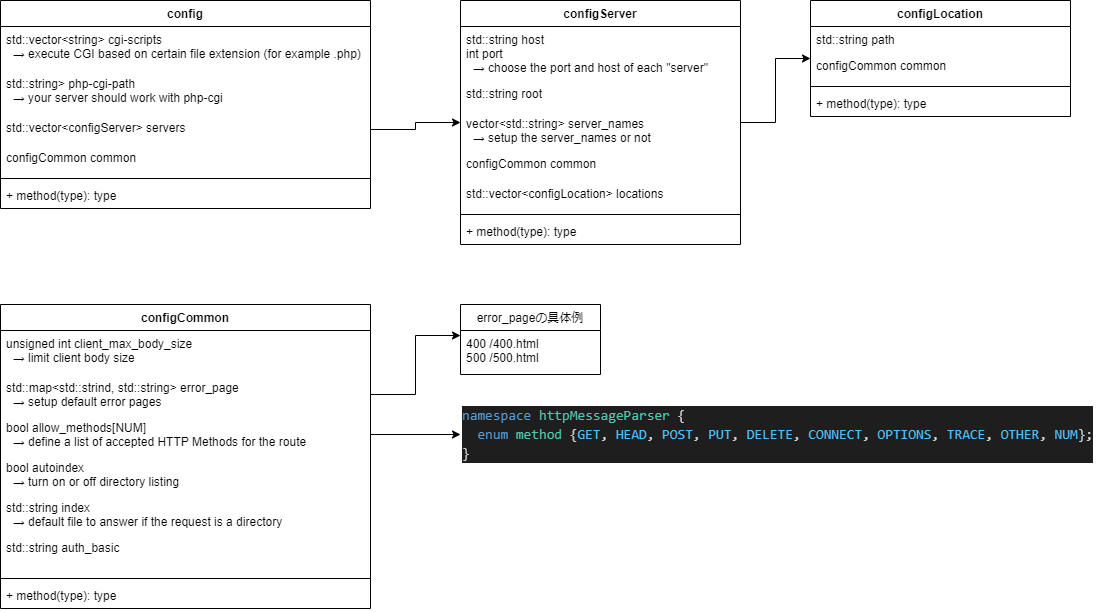
Above: drawio/config.dio.png in hiroin/webserv (draw.io), before the change. Source tidied: cells renumbered, new cells last; positions are measured from the earlier drawing's top-left corner, leaving out a move shared by most shapes. The source it was exported from:
```xml
<mxGraphModel>
  <root>
    <mxCell id="0" />
    <mxCell id="1" parent="0" />
    <mxCell id="2" value="config" style="swimlane;fontStyle=1;align=center;verticalAlign=top;horizontal=1;startSize=26;" parent="1" vertex="1">
      <mxGeometry width="370" height="208" as="geometry" />
    </mxCell>
    <mxCell id="3" value="std::vector&lt;string&gt; cgi-scripts&#10;  → execute CGI based on certain file extension (for example .php)" style="text;strokeColor=none;fillColor=none;align=left;verticalAlign=top;spacingLeft=4;spacingRight=4;overflow=hidden;" parent="2" vertex="1">
      <mxGeometry y="26" width="370" height="44" as="geometry" />
    </mxCell>
    <mxCell id="4" value="std::string&gt; php-cgi-path&#10;  → your server should work with php-cgi" style="text;strokeColor=none;fillColor=none;align=left;verticalAlign=top;spacingLeft=4;spacingRight=4;overflow=hidden;" parent="2" vertex="1">
      <mxGeometry y="70" width="370" height="44" as="geometry" />
    </mxCell>
    <mxCell id="5" value="std::vector&lt;configServer&gt; servers" style="text;strokeColor=none;fillColor=none;align=left;verticalAlign=top;spacingLeft=4;spacingRight=4;overflow=hidden;points=[[0,0.5],[1,0.5]];portConstraint=eastwest;" parent="2" vertex="1">
      <mxGeometry y="114" width="370" height="30" as="geometry" />
    </mxCell>
    <mxCell id="6" value="configCommon common" style="text;strokeColor=none;fillColor=none;align=left;verticalAlign=top;spacingLeft=4;spacingRight=4;overflow=hidden;" parent="2" vertex="1">
      <mxGeometry y="144" width="370" height="30" as="geometry" />
    </mxCell>
    <mxCell id="7" style="line;strokeWidth=1;fillColor=none;align=left;verticalAlign=middle;spacingTop=-1;spacingLeft=3;spacingRight=3;labelPosition=right;" parent="2" vertex="1">
      <mxGeometry y="174" width="370" height="8" as="geometry" />
    </mxCell>
    <mxCell id="8" value="+ method(type): type" style="text;strokeColor=none;fillColor=none;align=left;verticalAlign=top;spacingLeft=4;spacingRight=4;overflow=hidden;" parent="2" vertex="1">
      <mxGeometry y="182" width="370" height="26" as="geometry" />
    </mxCell>
    <mxCell id="9" value="error_pageの具体例" style="swimlane;fontStyle=0;horizontal=1;startSize=26;fillColor=none;" parent="1" vertex="1">
      <mxGeometry x="460" y="304" width="140" height="70" as="geometry" />
    </mxCell>
    <mxCell id="10" value="400 /400.html&#10;500 /500.html" style="text;strokeColor=none;fillColor=none;align=left;verticalAlign=top;spacingLeft=4;spacingRight=4;overflow=hidden;points=[[0,0.5],[1,0.5]];portConstraint=eastwest;" parent="9" vertex="1">
      <mxGeometry y="26" width="140" height="44" as="geometry" />
    </mxCell>
    <mxCell id="11" value="configServer" style="swimlane;fontStyle=1;align=center;verticalAlign=top;horizontal=1;startSize=26;" parent="1" vertex="1">
      <mxGeometry x="460" width="280" height="244" as="geometry" />
    </mxCell>
    <mxCell id="12" value="std::string host&#10;int port&#10;  → choose the port and host of each &quot;server&quot;" style="text;strokeColor=none;fillColor=none;align=left;verticalAlign=top;spacingLeft=4;spacingRight=4;overflow=hidden;" parent="11" vertex="1">
      <mxGeometry y="26" width="280" height="54" as="geometry" />
    </mxCell>
    <mxCell id="13" value="std::string root&#10;" style="text;strokeColor=none;fillColor=none;align=left;verticalAlign=top;spacingLeft=4;spacingRight=4;overflow=hidden;" parent="11" vertex="1">
      <mxGeometry y="80" width="280" height="30" as="geometry" />
    </mxCell>
    <mxCell id="14" value="vector&lt;std::string&gt; server_names&#10;  → setup the server_names or not&#10;" style="text;strokeColor=none;fillColor=none;align=left;verticalAlign=top;spacingLeft=4;spacingRight=4;overflow=hidden;" parent="11" vertex="1">
      <mxGeometry y="110" width="280" height="40" as="geometry" />
    </mxCell>
    <mxCell id="15" value="configCommon common" style="text;strokeColor=none;fillColor=none;align=left;verticalAlign=top;spacingLeft=4;spacingRight=4;overflow=hidden;" parent="11" vertex="1">
      <mxGeometry y="150" width="280" height="30" as="geometry" />
    </mxCell>
    <mxCell id="16" value="std::vector&lt;configLocation&gt; locations" style="text;strokeColor=none;fillColor=none;align=left;verticalAlign=top;spacingLeft=4;spacingRight=4;overflow=hidden;" parent="11" vertex="1">
      <mxGeometry y="180" width="280" height="30" as="geometry" />
    </mxCell>
    <mxCell id="17" style="line;strokeWidth=1;fillColor=none;align=left;verticalAlign=middle;spacingTop=-1;spacingLeft=3;spacingRight=3;labelPosition=right;" parent="11" vertex="1">
      <mxGeometry y="210" width="280" height="8" as="geometry" />
    </mxCell>
    <mxCell id="18" value="+ method(type): type" style="text;strokeColor=none;fillColor=none;align=left;verticalAlign=top;spacingLeft=4;spacingRight=4;overflow=hidden;" parent="11" vertex="1">
      <mxGeometry y="218" width="280" height="26" as="geometry" />
    </mxCell>
    <mxCell id="19" style="edgeStyle=orthogonalEdgeStyle;rounded=0;jettySize=auto;html=1;" parent="1" edge="1" source="5" target="11">
      <mxGeometry relative="1" as="geometry" />
    </mxCell>
    <mxCell id="20" value="configLocation" style="swimlane;fontStyle=1;align=center;verticalAlign=top;horizontal=1;startSize=26;" parent="1" vertex="1">
      <mxGeometry x="810" width="260" height="116" as="geometry" />
    </mxCell>
    <mxCell id="21" value="std::string path&#10;" style="text;strokeColor=none;fillColor=none;align=left;verticalAlign=top;spacingLeft=4;spacingRight=4;overflow=hidden;" parent="20" vertex="1">
      <mxGeometry y="26" width="260" height="26" as="geometry" />
    </mxCell>
    <mxCell id="22" value="configCommon common" style="text;strokeColor=none;fillColor=none;align=left;verticalAlign=top;spacingLeft=4;spacingRight=4;overflow=hidden;" parent="20" vertex="1">
      <mxGeometry y="52" width="260" height="30" as="geometry" />
    </mxCell>
    <mxCell id="23" style="line;strokeWidth=1;fillColor=none;align=left;verticalAlign=middle;spacingTop=-1;spacingLeft=3;spacingRight=3;labelPosition=right;" parent="20" vertex="1">
      <mxGeometry y="82" width="260" height="8" as="geometry" />
    </mxCell>
    <mxCell id="24" value="+ method(type): type" style="text;strokeColor=none;fillColor=none;align=left;verticalAlign=top;spacingLeft=4;spacingRight=4;overflow=hidden;" parent="20" vertex="1">
      <mxGeometry y="90" width="260" height="26" as="geometry" />
    </mxCell>
    <mxCell id="25" style="edgeStyle=orthogonalEdgeStyle;rounded=0;jettySize=auto;html=1;" parent="1" edge="1" source="11" target="20">
      <mxGeometry relative="1" as="geometry" />
    </mxCell>
    <mxCell id="26" value="&lt;div style=&quot;color: rgb(212, 212, 212); background-color: rgb(30, 30, 30); font-family: consolas, &amp;quot;courier new&amp;quot;, monospace; font-weight: normal; font-size: 14px; line-height: 19px;&quot;&gt;&lt;div&gt;&lt;span style=&quot;color: #569cd6&quot;&gt;namespace&lt;/span&gt;&lt;span style=&quot;color: #d4d4d4&quot;&gt;&amp;nbsp;&lt;/span&gt;&lt;span style=&quot;color: #4ec9b0&quot;&gt;httpMessageParser&lt;/span&gt;&lt;span style=&quot;color: #d4d4d4&quot;&gt;&amp;nbsp;{&lt;/span&gt;&lt;/div&gt;&lt;div&gt;&lt;span style=&quot;color: #d4d4d4&quot;&gt;&amp;nbsp;&amp;nbsp;&lt;/span&gt;&lt;span style=&quot;color: #569cd6&quot;&gt;enum&lt;/span&gt;&lt;span style=&quot;color: #d4d4d4&quot;&gt;&amp;nbsp;&lt;/span&gt;&lt;span style=&quot;color: #4ec9b0&quot;&gt;method&lt;/span&gt;&lt;span style=&quot;color: #d4d4d4&quot;&gt;&amp;nbsp;{&lt;/span&gt;&lt;span style=&quot;color: #4fc1ff&quot;&gt;GET&lt;/span&gt;&lt;span style=&quot;color: #d4d4d4&quot;&gt;,&amp;nbsp;&lt;/span&gt;&lt;span style=&quot;color: #4fc1ff&quot;&gt;HEAD&lt;/span&gt;&lt;span style=&quot;color: #d4d4d4&quot;&gt;,&amp;nbsp;&lt;/span&gt;&lt;span style=&quot;color: #4fc1ff&quot;&gt;POST&lt;/span&gt;&lt;span style=&quot;color: #d4d4d4&quot;&gt;,&amp;nbsp;&lt;/span&gt;&lt;span style=&quot;color: #4fc1ff&quot;&gt;PUT&lt;/span&gt;&lt;span style=&quot;color: #d4d4d4&quot;&gt;,&amp;nbsp;&lt;/span&gt;&lt;span style=&quot;color: #4fc1ff&quot;&gt;DELETE&lt;/span&gt;&lt;span style=&quot;color: #d4d4d4&quot;&gt;,&amp;nbsp;&lt;/span&gt;&lt;span style=&quot;color: #4fc1ff&quot;&gt;CONNECT&lt;/span&gt;&lt;span style=&quot;color: #d4d4d4&quot;&gt;,&amp;nbsp;&lt;/span&gt;&lt;span style=&quot;color: #4fc1ff&quot;&gt;OPTIONS&lt;/span&gt;&lt;span style=&quot;color: #d4d4d4&quot;&gt;,&amp;nbsp;&lt;/span&gt;&lt;span style=&quot;color: #4fc1ff&quot;&gt;TRACE&lt;/span&gt;&lt;span style=&quot;color: #d4d4d4&quot;&gt;,&amp;nbsp;&lt;/span&gt;&lt;span style=&quot;color: #4fc1ff&quot;&gt;OTHER&lt;/span&gt;&lt;span style=&quot;color: #d4d4d4&quot;&gt;,&amp;nbsp;&lt;/span&gt;&lt;span style=&quot;color: #4fc1ff&quot;&gt;NUM&lt;/span&gt;&lt;span style=&quot;color: #d4d4d4&quot;&gt;};&lt;/span&gt;&lt;/div&gt;&lt;div&gt;&lt;span style=&quot;color: #d4d4d4&quot;&gt;}&lt;/span&gt;&lt;/div&gt;&lt;/div&gt;" style="text;whiteSpace=wrap;html=1;" parent="1" vertex="1">
      <mxGeometry x="460" y="399" width="640" height="70" as="geometry" />
    </mxCell>
    <mxCell id="27" value="configCommon" style="swimlane;fontStyle=1;align=center;verticalAlign=top;horizontal=1;startSize=26;" parent="1" vertex="1">
      <mxGeometry y="304" width="370" height="304" as="geometry" />
    </mxCell>
    <mxCell id="28" value="unsigned int client_max_body_size&#10;  → limit client body size&#10;&#10;" style="text;strokeColor=none;fillColor=none;align=left;verticalAlign=top;spacingLeft=4;spacingRight=4;overflow=hidden;" parent="27" vertex="1">
      <mxGeometry y="26" width="370" height="44" as="geometry" />
    </mxCell>
    <mxCell id="29" value="std::map&lt;std::strind, std::string&gt; error_page&#10;  → setup default error pages" style="text;strokeColor=none;fillColor=none;align=left;verticalAlign=top;spacingLeft=4;spacingRight=4;overflow=hidden;points=[[0,0.5],[1,0.5]];portConstraint=eastwest;" parent="27" vertex="1">
      <mxGeometry y="70" width="370" height="40" as="geometry" />
    </mxCell>
    <mxCell id="30" value="bool allow_methods[NUM]&#10;  → define a list of accepted HTTP Methods for the route&#10;" style="text;strokeColor=none;fillColor=none;align=left;verticalAlign=top;spacingLeft=4;spacingRight=4;overflow=hidden;points=[[0,0.5],[1,0.5]];portConstraint=eastwest;" parent="27" vertex="1">
      <mxGeometry y="110" width="370" height="40" as="geometry" />
    </mxCell>
    <mxCell id="31" value="bool autoindex&#10;  → turn on or off directory listing&#10;" style="text;strokeColor=none;fillColor=none;align=left;verticalAlign=top;spacingLeft=4;spacingRight=4;overflow=hidden;" parent="27" vertex="1">
      <mxGeometry y="150" width="370" height="40" as="geometry" />
    </mxCell>
    <mxCell id="32" value="std::string index&#10;  → default file to answer if the request is a directory&#10;" style="text;strokeColor=none;fillColor=none;align=left;verticalAlign=top;spacingLeft=4;spacingRight=4;overflow=hidden;" parent="27" vertex="1">
      <mxGeometry y="190" width="370" height="40" as="geometry" />
    </mxCell>
    <mxCell id="33" value="std::string auth_basic" style="text;strokeColor=none;fillColor=none;align=left;verticalAlign=top;spacingLeft=4;spacingRight=4;overflow=hidden;" parent="27" vertex="1">
      <mxGeometry y="230" width="370" height="40" as="geometry" />
    </mxCell>
    <mxCell id="34" style="line;strokeWidth=1;fillColor=none;align=left;verticalAlign=middle;spacingTop=-1;spacingLeft=3;spacingRight=3;labelPosition=right;" parent="27" vertex="1">
      <mxGeometry y="270" width="370" height="8" as="geometry" />
    </mxCell>
    <mxCell id="35" value="+ method(type): type" style="text;strokeColor=none;fillColor=none;align=left;verticalAlign=top;spacingLeft=4;spacingRight=4;overflow=hidden;" parent="27" vertex="1">
      <mxGeometry y="278" width="370" height="26" as="geometry" />
    </mxCell>
    <mxCell id="36" style="edgeStyle=orthogonalEdgeStyle;rounded=0;jettySize=auto;html=1;entryX=0;entryY=0.114;entryDx=0;entryDy=0;entryPerimeter=0;" parent="1" edge="1" source="29" target="10">
      <mxGeometry relative="1" as="geometry" />
    </mxCell>
    <mxCell id="37" style="edgeStyle=orthogonalEdgeStyle;rounded=0;jettySize=auto;html=1;entryX=0;entryY=0.5;entryDx=0;entryDy=0;" parent="1" edge="1" source="30" target="26">
      <mxGeometry relative="1" as="geometry" />
    </mxCell>
  </root>
</mxGraphModel>
```
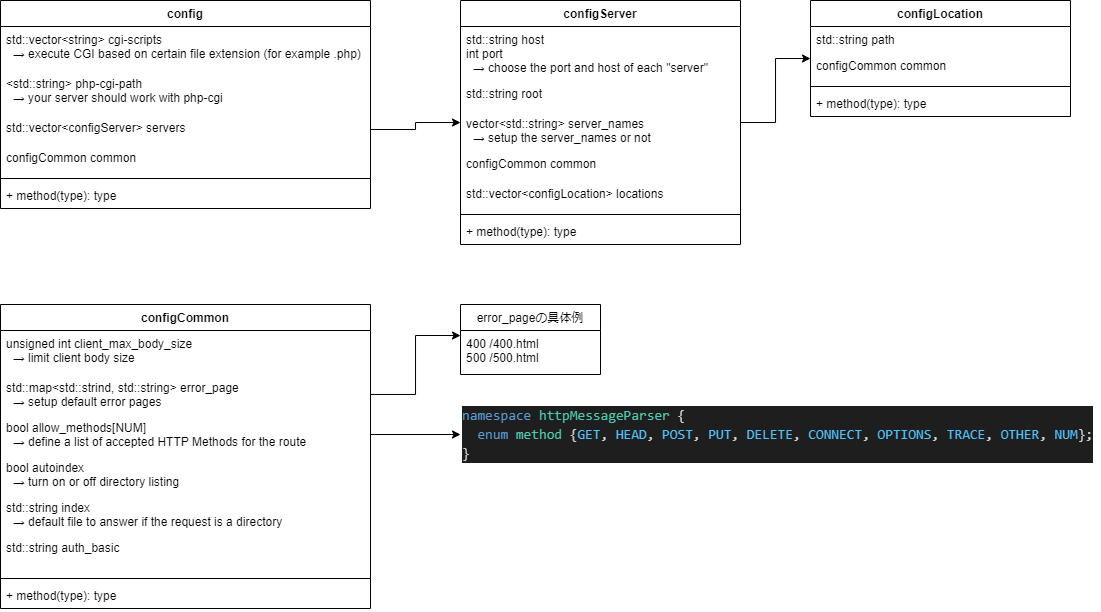
The same file after the commit.

Diff of the diagram source:
```diff
@@ -8,7 +8,7 @@
     <mxCell id="3" value="std::vector&lt;string&gt; cgi-scripts&#10;  → execute CGI based on certain file extension (for example .php)" style="text;strokeColor=none;fillColor=none;align=left;verticalAlign=top;spacingLeft=4;spacingRight=4;overflow=hidden;" parent="2" vertex="1">
       <mxGeometry y="26" width="370" height="44" as="geometry" />
     </mxCell>
-    <mxCell id="4" value="std::string&gt; php-cgi-path&#10;  → your server should work with php-cgi" style="text;strokeColor=none;fillColor=none;align=left;verticalAlign=top;spacingLeft=4;spacingRight=4;overflow=hidden;" parent="2" vertex="1">
+    <mxCell id="4" value="&lt;std::string&gt; php-cgi-path&#10;  → your server should work with php-cgi" style="text;strokeColor=none;fillColor=none;align=left;verticalAlign=top;spacingLeft=4;spacingRight=4;overflow=hidden;" parent="2" vertex="1">
       <mxGeometry y="70" width="370" height="44" as="geometry" />
     </mxCell>
     <mxCell id="5" value="std::vector&lt;configServer&gt; servers" style="text;strokeColor=none;fillColor=none;align=left;verticalAlign=top;spacingLeft=4;spacingRight=4;overflow=hidden;points=[[0,0.5],[1,0.5]];portConstraint=eastwest;" parent="2" vertex="1">
```
